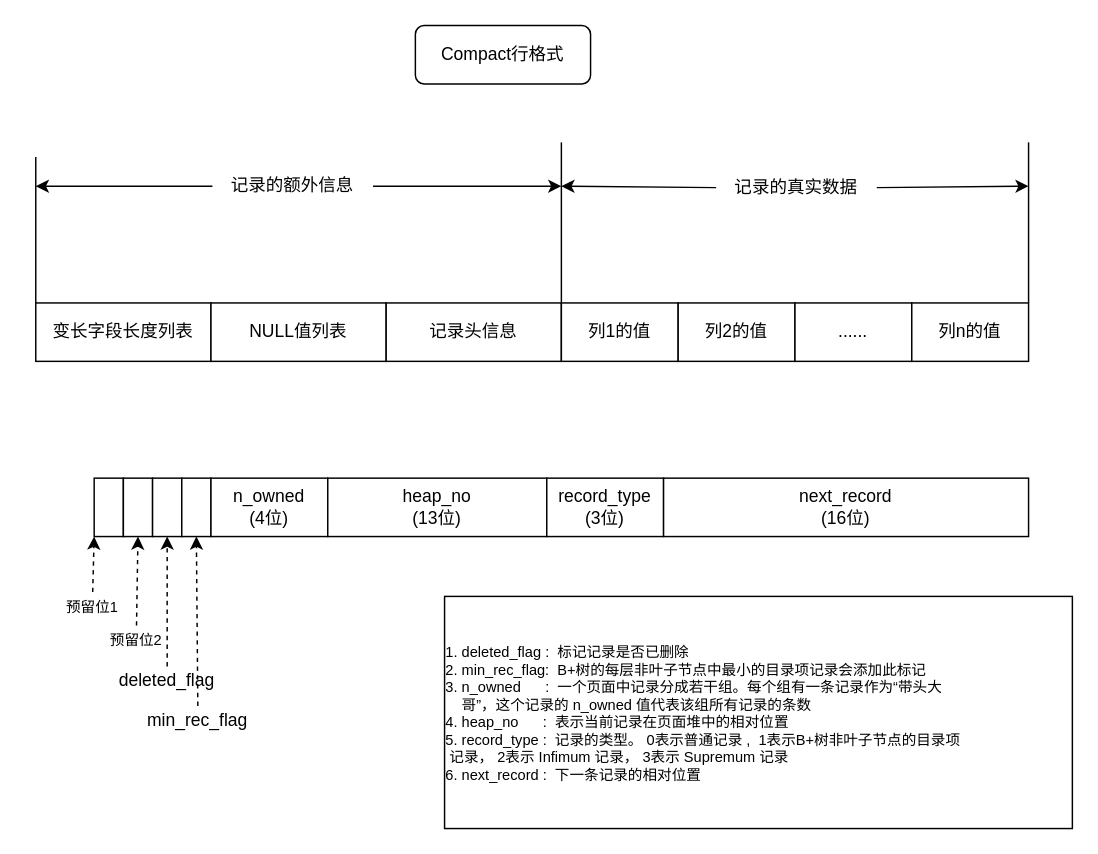
The draw.io diagram page "InnoDB记录存储结构" (1 of 2) of MySQL是怎么运行的.drawio in JianHao-Chen/MySqlLearning, before the edit. Source tidied: cells renumbered, new cells numbered last; positions are measured from the earlier drawing's top-left corner, leaving out a move shared by most shapes. Both pictures are drawn from the tidied source at 146%, with x=0, y=0 at pixel (35, 25).
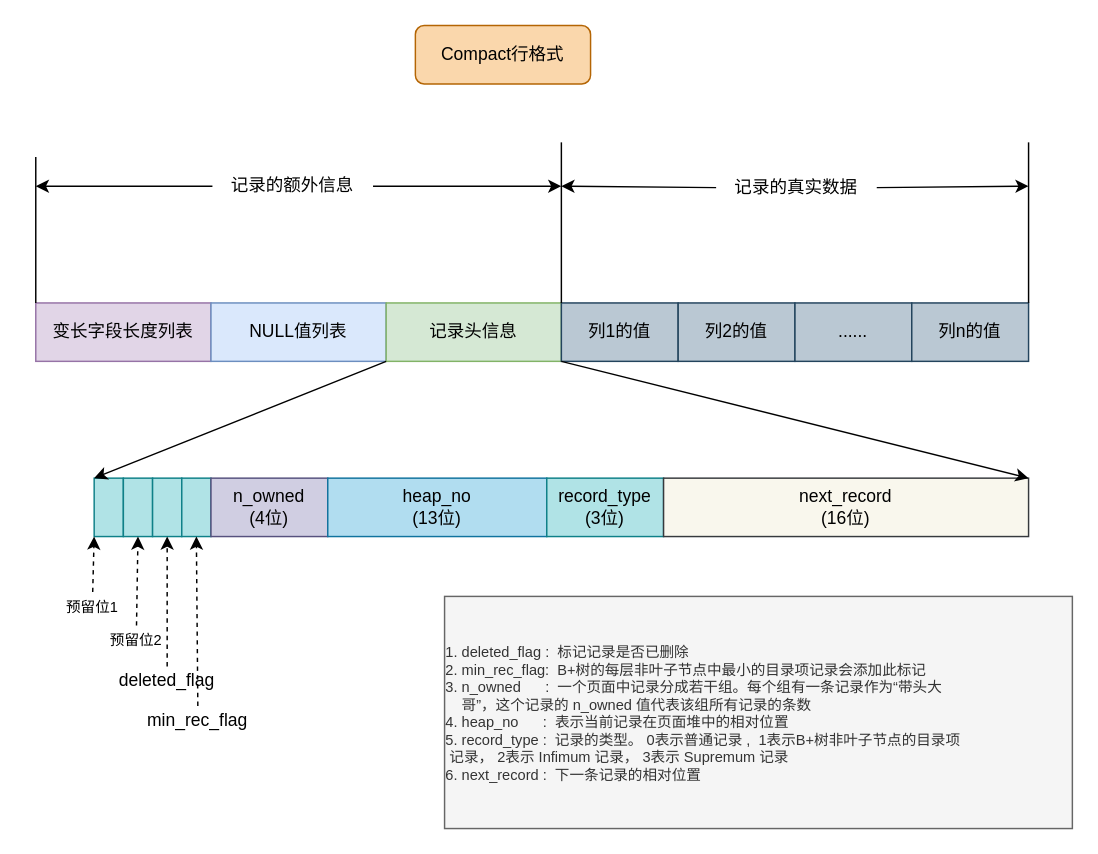
The same page after the edit.

Commit message:
更新MySQL是怎么运行的.drawio

The edit, as a diff of the source:
```diff
@@
-    <mxCell id="2" value="Compact行格式" style="rounded=1;whiteSpace=wrap;html=1;" parent="1" vertex="1">
+    <mxCell id="2" value="Compact行格式" style="rounded=1;whiteSpace=wrap;html=1;fillColor=#fad7ac;strokeColor=#b46504;" parent="1" vertex="1">
       <mxGeometry x="260" width="120" height="40" as="geometry" />
     </mxCell>
-    <mxCell id="3" value="变长字段长度列表" style="rounded=0;whiteSpace=wrap;html=1;" parent="1" vertex="1">
+    <mxCell id="3" value="变长字段长度列表" style="rounded=0;whiteSpace=wrap;html=1;fillColor=#e1d5e7;strokeColor=#9673a6;" parent="1" vertex="1">
       <mxGeometry y="190" width="120" height="40" as="geometry" />
     </mxCell>
-    <mxCell id="4" value="NULL值列表" style="rounded=0;whiteSpace=wrap;html=1;" parent="1" vertex="1">
+    <mxCell id="4" value="NULL值列表" style="rounded=0;whiteSpace=wrap;html=1;fillColor=#dae8fc;strokeColor=#6c8ebf;" parent="1" vertex="1">
       <mxGeometry x="120" y="190" width="120" height="40" as="geometry" />
     </mxCell>
-    <mxCell id="5" value="记录头信息" style="rounded=0;whiteSpace=wrap;html=1;" parent="1" vertex="1">
+    <mxCell id="5" value="记录头信息" style="rounded=0;whiteSpace=wrap;html=1;fillColor=#d5e8d4;strokeColor=#82b366;" parent="1" vertex="1">
       <mxGeometry x="240" y="190" width="120" height="40" as="geometry" />
     </mxCell>
-    <mxCell id="6" value="列1的值" style="rounded=0;whiteSpace=wrap;html=1;" parent="1" vertex="1">
+    <mxCell id="6" value="列1的值" style="rounded=0;whiteSpace=wrap;html=1;fillColor=#bac8d3;strokeColor=#23445d;" parent="1" vertex="1">
       <mxGeometry x="360" y="190" width="80" height="40" as="geometry" />
     </mxCell>
-    <mxCell id="7" value="列2的值" style="rounded=0;whiteSpace=wrap;html=1;" parent="1" vertex="1">
+    <mxCell id="7" value="列2的值" style="rounded=0;whiteSpace=wrap;html=1;fillColor=#bac8d3;strokeColor=#23445d;" parent="1" vertex="1">
       <mxGeometry x="440" y="190" width="80" height="40" as="geometry" />
     </mxCell>
-    <mxCell id="8" value="......" style="rounded=0;whiteSpace=wrap;html=1;" parent="1" vertex="1">
+    <mxCell id="8" value="......" style="rounded=0;whiteSpace=wrap;html=1;fillColor=#bac8d3;strokeColor=#23445d;" parent="1" vertex="1">
       <mxGeometry x="520" y="190" width="80" height="40" as="geometry" />
     </mxCell>
-    <mxCell id="9" value="列n的值" style="rounded=0;whiteSpace=wrap;html=1;" parent="1" vertex="1">
+    <mxCell id="9" value="列n的值" style="rounded=0;whiteSpace=wrap;html=1;fillColor=#bac8d3;strokeColor=#23445d;" parent="1" vertex="1">
       <mxGeometry x="600" y="190" width="80" height="40" as="geometry" />
     </mxCell>
@@
-    <mxCell id="19" style="rounded=0;whiteSpace=wrap;html=1;" parent="1" vertex="1">
+    <mxCell id="19" style="rounded=0;whiteSpace=wrap;html=1;fillColor=#b0e3e6;strokeColor=#0e8088;" parent="1" vertex="1">
       <mxGeometry x="40" y="310" width="20" height="40" as="geometry" />
     </mxCell>
-    <mxCell id="20" style="rounded=0;whiteSpace=wrap;html=1;" parent="1" vertex="1">
+    <mxCell id="20" style="rounded=0;whiteSpace=wrap;html=1;fillColor=#b0e3e6;strokeColor=#0e8088;" parent="1" vertex="1">
       <mxGeometry x="60" y="310" width="20" height="40" as="geometry" />
     </mxCell>
-    <mxCell id="21" style="rounded=0;whiteSpace=wrap;html=1;" parent="1" vertex="1">
+    <mxCell id="21" style="rounded=0;whiteSpace=wrap;html=1;fillColor=#b0e3e6;strokeColor=#0e8088;" parent="1" vertex="1">
       <mxGeometry x="80" y="310" width="20" height="40" as="geometry" />
     </mxCell>
-    <mxCell id="22" style="rounded=0;whiteSpace=wrap;html=1;" parent="1" vertex="1">
+    <mxCell id="22" style="rounded=0;whiteSpace=wrap;html=1;fillColor=#b0e3e6;strokeColor=#0e8088;" parent="1" vertex="1">
       <mxGeometry x="100" y="310" width="20" height="40" as="geometry" />
     </mxCell>
-    <mxCell id="23" value="n_owned&lt;br&gt;(4位)" style="rounded=0;whiteSpace=wrap;html=1;" parent="1" vertex="1">
+    <mxCell id="23" value="n_owned&lt;br&gt;(4位)" style="rounded=0;whiteSpace=wrap;html=1;fillColor=#d0cee2;strokeColor=#56517e;" parent="1" vertex="1">
       <mxGeometry x="120" y="310" width="80" height="40" as="geometry" />
     </mxCell>
@@
-    <mxCell id="32" value="heap_no&lt;br&gt;(13位)" style="rounded=0;whiteSpace=wrap;html=1;" parent="1" vertex="1">
+    <mxCell id="32" value="heap_no&lt;br&gt;(13位)" style="rounded=0;whiteSpace=wrap;html=1;fillColor=#b1ddf0;strokeColor=#10739e;" parent="1" vertex="1">
       <mxGeometry x="200" y="310" width="150" height="40" as="geometry" />
     </mxCell>
-    <mxCell id="33" value="record_type&lt;br&gt;(3位)" style="rounded=0;whiteSpace=wrap;html=1;" parent="1" vertex="1">
+    <mxCell id="33" value="record_type&lt;br&gt;(3位)" style="rounded=0;whiteSpace=wrap;html=1;fillColor=#b0e3e6;strokeColor=#0e8088;" parent="1" vertex="1">
       <mxGeometry x="350" y="310" width="80" height="40" as="geometry" />
     </mxCell>
-    <mxCell id="34" value="next_record&lt;br&gt;(16位)" style="rounded=0;whiteSpace=wrap;html=1;" parent="1" vertex="1">
+    <mxCell id="34" value="next_record&lt;br&gt;(16位)" style="rounded=0;whiteSpace=wrap;html=1;fillColor=#f9f7ed;strokeColor=#36393d;" parent="1" vertex="1">
       <mxGeometry x="430" y="310" width="250" height="40" as="geometry" />
     </mxCell>
-    <mxCell id="35" value="&lt;div style=&quot;text-align: left;&quot;&gt;&lt;span style=&quot;background-color: initial;&quot;&gt;1. deleted_flag :&amp;nbsp; 标记记录是否已删除&lt;/span&gt;&lt;/div&gt;&lt;div style=&quot;text-align: left;&quot;&gt;&lt;span style=&quot;background-color: initial;&quot;&gt;2. min_rec_flag:&amp;nbsp; B+树的每层非叶子节点中最小的目录项记录会添加此标记&lt;br&gt;3. n_owned&amp;nbsp; &amp;nbsp; &amp;nbsp; :&amp;nbsp; 一个页面中记录分成若干组。每个组有一条记录作为“带头大&amp;nbsp; &amp;nbsp; &amp;nbsp; &amp;nbsp; &amp;nbsp; &amp;nbsp; &amp;nbsp; &amp;nbsp; &amp;nbsp; &amp;nbsp; &amp;nbsp; &amp;nbsp; &amp;nbsp; &amp;nbsp; &amp;nbsp; &amp;nbsp; &amp;nbsp; &amp;nbsp; 哥”，这个记录的 n_owned 值代表该组所有记录的条数&lt;br&gt;4. heap_no&amp;nbsp; &amp;nbsp; &amp;nbsp; :&amp;nbsp; 表示当前记录在页面堆中的相对位置&lt;br&gt;5. record_type :&amp;nbsp; 记录的类型。 0表示普通记录 ,&amp;nbsp; 1表示B+树非叶子节点的目录项&amp;nbsp; &amp;nbsp; &amp;nbsp; &amp;nbsp; &amp;nbsp; &amp;nbsp; &amp;nbsp; &amp;nbsp; &amp;nbsp; &amp;nbsp; &amp;nbsp; &amp;nbsp; &amp;nbsp; &amp;nbsp; &amp;nbsp;记录， 2表示 Infimum 记录， 3表示 Supremum 记录&lt;br&gt;6. next_record :&amp;nbsp; 下一条记录的相对位置&lt;/span&gt;&lt;/div&gt;" style="rounded=0;whiteSpace=wrap;html=1;fontSize=10;" parent="1" vertex="1">
+    <mxCell id="35" value="&lt;div style=&quot;text-align: left;&quot;&gt;&lt;span style=&quot;background-color: initial;&quot;&gt;1. deleted_flag :&amp;nbsp; 标记记录是否已删除&lt;/span&gt;&lt;/div&gt;&lt;div style=&quot;text-align: left;&quot;&gt;&lt;span style=&quot;background-color: initial;&quot;&gt;2. min_rec_flag:&amp;nbsp; B+树的每层非叶子节点中最小的目录项记录会添加此标记&lt;br&gt;3. n_owned&amp;nbsp; &amp;nbsp; &amp;nbsp; :&amp;nbsp; 一个页面中记录分成若干组。每个组有一条记录作为“带头大&amp;nbsp; &amp;nbsp; &amp;nbsp; &amp;nbsp; &amp;nbsp; &amp;nbsp; &amp;nbsp; &amp;nbsp; &amp;nbsp; &amp;nbsp; &amp;nbsp; &amp;nbsp; &amp;nbsp; &amp;nbsp; &amp;nbsp; &amp;nbsp; &amp;nbsp; &amp;nbsp; 哥”，这个记录的 n_owned 值代表该组所有记录的条数&lt;br&gt;4. heap_no&amp;nbsp; &amp;nbsp; &amp;nbsp; :&amp;nbsp; 表示当前记录在页面堆中的相对位置&lt;br&gt;5. record_type :&amp;nbsp; 记录的类型。 0表示普通记录 ,&amp;nbsp; 1表示B+树非叶子节点的目录项&amp;nbsp; &amp;nbsp; &amp;nbsp; &amp;nbsp; &amp;nbsp; &amp;nbsp; &amp;nbsp; &amp;nbsp; &amp;nbsp; &amp;nbsp; &amp;nbsp; &amp;nbsp; &amp;nbsp; &amp;nbsp; &amp;nbsp;记录， 2表示 Infimum 记录， 3表示 Supremum 记录&lt;br&gt;6. next_record :&amp;nbsp; 下一条记录的相对位置&lt;/span&gt;&lt;/div&gt;" style="rounded=0;whiteSpace=wrap;html=1;fontSize=10;fillColor=#f5f5f5;fontColor=#333333;strokeColor=#666666;" parent="1" vertex="1">
       <mxGeometry x="280" y="391" width="430" height="159" as="geometry" />
     </mxCell>
+    <mxCell id="36" style="endArrow=classic;html=1;rounded=0;fontSize=14;exitX=0;exitY=1;exitDx=0;exitDy=0;entryX=0;entryY=0;entryDx=0;entryDy=0;" parent="1" edge="1" source="5" target="19">
+      <mxGeometry relative="1" as="geometry" />
+    </mxCell>
+    <mxCell id="37" style="endArrow=classic;html=1;rounded=0;fontSize=14;exitX=1;exitY=1;exitDx=0;exitDy=0;entryX=1;entryY=0;entryDx=0;entryDy=0;" parent="1" edge="1" source="5" target="34">
+      <mxGeometry relative="1" as="geometry" />
+    </mxCell>
```
